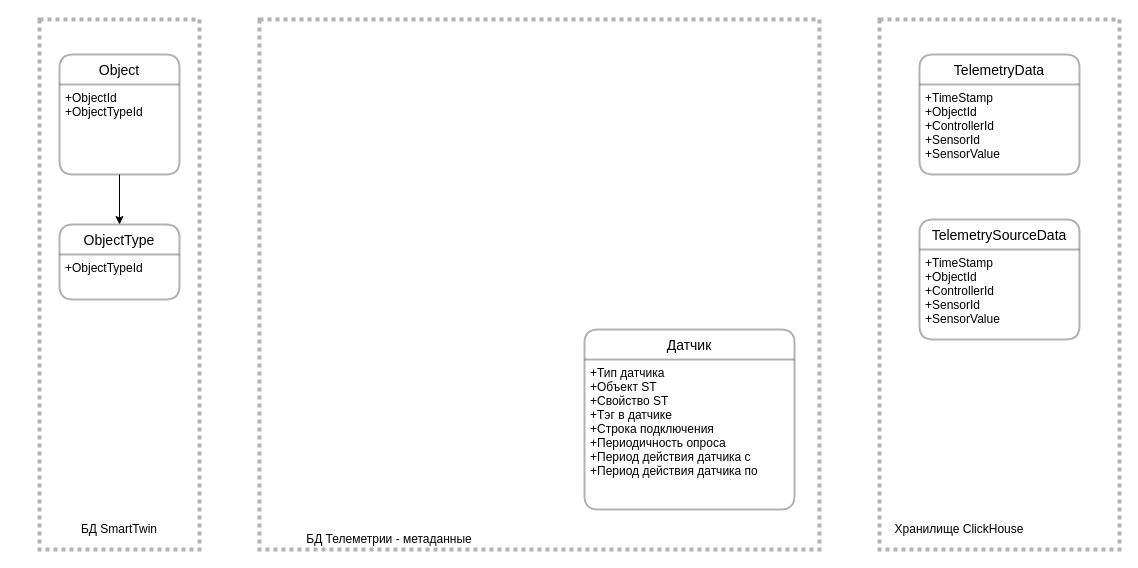
Earlier version of the draw.io diagram page "ДанныеV2" (3 of 8) of ST.Telemetry.drawio (aaf1974/ProjectDiagram). Source tidied: cells renumbered, new cells numbered last; positions are measured from the earlier drawing's top-left corner, leaving out a move shared by most shapes. Both pictures are drawn from the tidied source at 100%, with x=0, y=0 at pixel (39, 19).
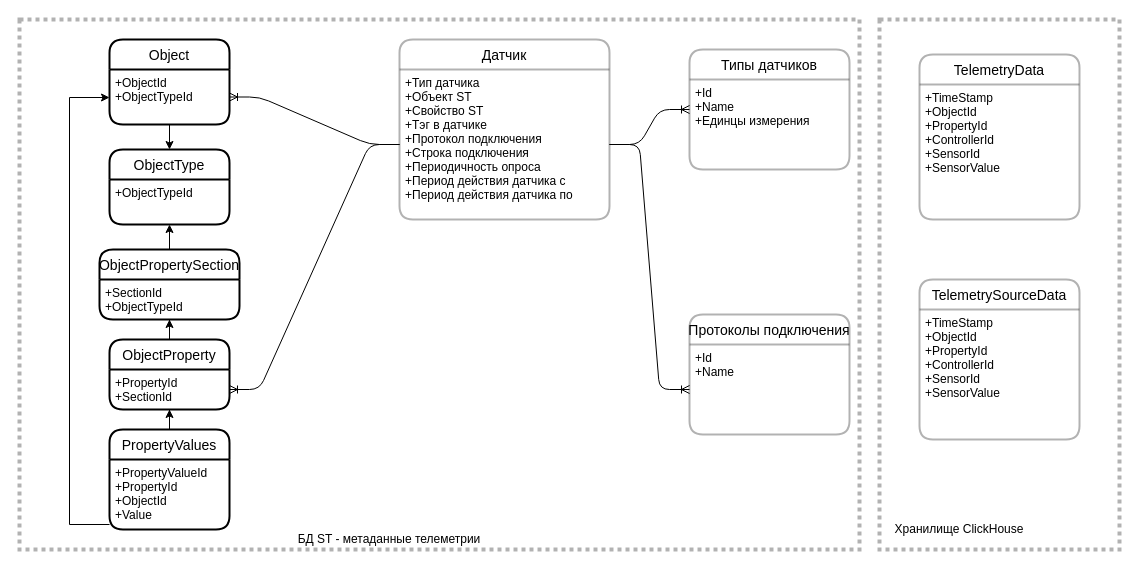
After the change.

Change to the diagram source:
```diff
@@
-    <mxCell id="2" style="rounded=0;whiteSpace=wrap;html=1;dashed=1;dashPattern=1 1;fontSize=12;strokeWidth=4;gradientColor=none;opacity=30;" parent="1" vertex="1">
-      <mxGeometry width="160" height="530" as="geometry" />
-    </mxCell>
@@
     <mxCell id="4" value="TelemetryData" style="swimlane;horizontal=1;startSize=30;rounded=1;fontSize=14;fontStyle=0;strokeWidth=2;shadow=0;dashed=0;align=center;dashPattern=1 1;gradientColor=none;opacity=30;" parent="1" vertex="1">
-      <mxGeometry x="880" y="35" width="160" height="120" as="geometry" />
+      <mxGeometry x="880" y="35" width="160" height="165" as="geometry" />
     </mxCell>
-    <mxCell id="5" value="+TimeStamp&#10;+ObjectId&#10;+ControllerId&#10;+SensorId&#10;+SensorValue" style="align=left;strokeColor=none;fillColor=none;spacingLeft=4;fontSize=12;verticalAlign=top;" parent="4" vertex="1">
-      <mxGeometry y="30" width="160" height="90" as="geometry" />
+    <mxCell id="5" value="+TimeStamp&#10;+ObjectId&#10;+PropertyId&#10;+ControllerId&#10;+SensorId&#10;+SensorValue" style="align=left;strokeColor=none;fillColor=none;spacingLeft=4;fontSize=12;verticalAlign=top;" parent="4" vertex="1">
+      <mxGeometry y="30" width="160" height="135" as="geometry" />
     </mxCell>
-    <mxCell id="6" style="edgeStyle=orthogonalEdgeStyle;rounded=0;jettySize=auto;html=1;strokeWidth=1;" parent="1" edge="1" source="7" target="9">
-      <mxGeometry relative="1" as="geometry" />
-    </mxCell>
-    <mxCell id="7" value="Object" style="swimlane;horizontal=1;startSize=30;rounded=1;fontSize=14;fontStyle=0;strokeWidth=2;shadow=0;dashed=0;align=center;dashPattern=1 1;gradientColor=none;opacity=30;" parent="1" vertex="1">
-      <mxGeometry x="20" y="35" width="120" height="120" as="geometry" />
-    </mxCell>
-    <mxCell id="8" value="+ObjectId&#10;+ObjectTypeId&#10;" style="align=left;strokeColor=none;fillColor=none;spacingLeft=4;fontSize=12;verticalAlign=top;" parent="7" vertex="1">
-      <mxGeometry y="30" width="120" height="90" as="geometry" />
-    </mxCell>
-    <mxCell id="9" value="ObjectType" style="swimlane;horizontal=1;startSize=30;rounded=1;fontSize=14;fontStyle=0;strokeWidth=2;shadow=0;dashed=0;align=center;dashPattern=1 1;gradientColor=none;opacity=30;" parent="1" vertex="1">
-      <mxGeometry x="20" y="205" width="120" height="75" as="geometry" />
-    </mxCell>
-    <mxCell id="10" value="+ObjectTypeId&#10;" style="align=left;strokeColor=none;fillColor=none;spacingLeft=4;fontSize=12;verticalAlign=top;" parent="9" vertex="1">
-      <mxGeometry y="30" width="120" height="45" as="geometry" />
-    </mxCell>
     <mxCell id="11" style="rounded=0;whiteSpace=wrap;html=1;dashed=1;dashPattern=1 1;fontSize=12;strokeWidth=4;gradientColor=none;opacity=30;" parent="1" vertex="1">
-      <mxGeometry x="220" width="560" height="530" as="geometry" />
+      <mxGeometry x="-20" width="840" height="530" as="geometry" />
     </mxCell>
-    <mxCell id="12" value="БД SmartTwin" style="text;html=1;strokeColor=none;fillColor=none;align=center;verticalAlign=middle;whiteSpace=wrap;rounded=0;dashed=1;dashPattern=1 1;fontSize=12;opacity=30;" parent="1" vertex="1">
-      <mxGeometry y="500" width="160" height="20" as="geometry" />
-    </mxCell>
-    <mxCell id="13" value="БД Телеметрии - метаданные" style="text;html=1;strokeColor=none;fillColor=none;align=center;verticalAlign=middle;whiteSpace=wrap;rounded=0;dashed=1;dashPattern=1 1;fontSize=12;opacity=30;" parent="1" vertex="1">
+    <mxCell id="13" value="БД ST - метаданные телеметрии" style="text;html=1;strokeColor=none;fillColor=none;align=center;verticalAlign=middle;whiteSpace=wrap;rounded=0;dashed=1;dashPattern=1 1;fontSize=12;opacity=30;" parent="1" vertex="1">
       <mxGeometry x="240" y="510" width="220" height="20" as="geometry" />
     </mxCell>
@@
     <mxCell id="15" value="TelemetrySourceData" style="swimlane;horizontal=1;startSize=30;rounded=1;fontSize=14;fontStyle=0;strokeWidth=2;shadow=0;dashed=0;align=center;dashPattern=1 1;gradientColor=none;opacity=30;" parent="1" vertex="1">
-      <mxGeometry x="880" y="200" width="160" height="120" as="geometry" />
+      <mxGeometry x="880" y="260" width="160" height="160" as="geometry" />
     </mxCell>
-    <mxCell id="16" value="+TimeStamp&#10;+ObjectId&#10;+ControllerId&#10;+SensorId&#10;+SensorValue" style="align=left;strokeColor=none;fillColor=none;spacingLeft=4;fontSize=12;verticalAlign=top;" parent="15" vertex="1">
-      <mxGeometry y="30" width="160" height="90" as="geometry" />
+    <mxCell id="16" value="+TimeStamp&#10;+ObjectId&#10;+PropertyId&#10;+ControllerId&#10;+SensorId&#10;+SensorValue" style="align=left;strokeColor=none;fillColor=none;spacingLeft=4;fontSize=12;verticalAlign=top;" parent="15" vertex="1">
+      <mxGeometry y="30" width="160" height="130" as="geometry" />
     </mxCell>
     <mxCell id="17" value="Датчик" style="swimlane;horizontal=1;startSize=30;rounded=1;fontSize=14;fontStyle=0;strokeWidth=2;shadow=0;dashed=0;align=center;sketch=0;opacity=30;" parent="1" vertex="1">
-      <mxGeometry x="545" y="310" width="210" height="180" as="geometry" />
+      <mxGeometry x="360" y="20" width="210" height="180" as="geometry" />
     </mxCell>
-    <mxCell id="18" value="+Тип датчика&#10;+Объект ST&#10;+Свойство ST&#10;+Тэг в датчике&#10;+Строка подключения&#10;+Периодичность опроса&#10;+Период действия датчика с&#10;+Период действия датчика по" style="align=left;strokeColor=none;fillColor=none;spacingLeft=4;fontSize=12;verticalAlign=top;" parent="17" vertex="1">
+    <mxCell id="18" value="+Тип датчика&#10;+Объект ST&#10;+Свойство ST&#10;+Тэг в датчике&#10;+Протокол подключения&#10;+Строка подключения&#10;+Периодичность опроса&#10;+Период действия датчика с&#10;+Период действия датчика по" style="align=left;strokeColor=none;fillColor=none;spacingLeft=4;fontSize=12;verticalAlign=top;" parent="17" vertex="1">
       <mxGeometry y="30" width="210" height="150" as="geometry" />
     </mxCell>
+    <mxCell id="19" value="Типы датчиков" style="swimlane;horizontal=1;startSize=30;rounded=1;fontSize=14;fontStyle=0;strokeWidth=2;shadow=0;dashed=0;align=center;sketch=0;opacity=30;" parent="1" vertex="1">
+      <mxGeometry x="650" y="30" width="160" height="120" as="geometry" />
+    </mxCell>
+    <mxCell id="20" value="+Id&#10;+Name&#10;+Единцы измерения&#10;" style="align=left;strokeColor=none;fillColor=none;spacingLeft=4;fontSize=12;verticalAlign=top;" parent="19" vertex="1">
+      <mxGeometry y="30" width="160" height="90" as="geometry" />
+    </mxCell>
+    <mxCell id="21" style="edgeStyle=entityRelationEdgeStyle;fontSize=12;html=1;endArrow=ERoneToMany;strokeWidth=1;" parent="1" edge="1" source="18" target="19">
+      <mxGeometry relative="1" as="geometry" />
+    </mxCell>
+    <mxCell id="22" value="Протоколы подключения" style="swimlane;horizontal=1;startSize=30;rounded=1;fontSize=14;fontStyle=0;strokeWidth=2;shadow=0;dashed=0;align=center;sketch=0;opacity=30;" parent="1" vertex="1">
+      <mxGeometry x="650" y="295" width="160" height="120" as="geometry" />
+    </mxCell>
+    <mxCell id="23" value="+Id&#10;+Name&#10;" style="align=left;strokeColor=none;fillColor=none;spacingLeft=4;fontSize=12;verticalAlign=top;" parent="22" vertex="1">
+      <mxGeometry y="30" width="160" height="90" as="geometry" />
+    </mxCell>
+    <mxCell id="24" style="edgeStyle=entityRelationEdgeStyle;fontSize=12;html=1;endArrow=ERoneToMany;strokeWidth=1;" parent="1" edge="1" source="18" target="23">
+      <mxGeometry relative="1" as="geometry" />
+    </mxCell>
+    <mxCell id="7" value="Object" style="swimlane;horizontal=1;startSize=30;rounded=1;fontSize=14;fontStyle=0;strokeWidth=2;shadow=0;dashed=0;align=center;gradientColor=none;" parent="1" vertex="1">
+      <mxGeometry x="70" y="20" width="120" height="85" as="geometry" />
+    </mxCell>
+    <mxCell id="8" value="+ObjectId&#10;+ObjectTypeId&#10;" style="align=left;strokeColor=none;fillColor=none;spacingLeft=4;fontSize=12;verticalAlign=top;" parent="7" vertex="1">
+      <mxGeometry y="30" width="120" height="55" as="geometry" />
+    </mxCell>
+    <mxCell id="9" value="ObjectType" style="swimlane;horizontal=1;startSize=30;rounded=1;fontSize=14;fontStyle=0;strokeWidth=2;shadow=0;dashed=0;align=center;gradientColor=none;" parent="1" vertex="1">
+      <mxGeometry x="70" y="130" width="120" height="75" as="geometry" />
+    </mxCell>
+    <mxCell id="10" value="+ObjectTypeId&#10;" style="align=left;strokeColor=none;fillColor=none;spacingLeft=4;fontSize=12;verticalAlign=top;" parent="9" vertex="1">
+      <mxGeometry y="30" width="120" height="45" as="geometry" />
+    </mxCell>
+    <mxCell id="25" style="edgeStyle=orthogonalEdgeStyle;rounded=0;jettySize=auto;html=1;entryX=0.5;entryY=1;entryDx=0;entryDy=0;" parent="1" edge="1" source="26" target="10">
+      <mxGeometry relative="1" as="geometry" />
+    </mxCell>
+    <mxCell id="26" value="ObjectPropertySection" style="swimlane;horizontal=1;startSize=30;rounded=1;fontSize=14;fontStyle=0;strokeWidth=2;shadow=0;dashed=0;align=center;" parent="1" vertex="1">
+      <mxGeometry x="60" y="230" width="140" height="70" as="geometry" />
+    </mxCell>
+    <mxCell id="27" value="+SectionId&#10;+ObjectTypeId&#10;" style="align=left;strokeColor=none;fillColor=none;spacingLeft=4;fontSize=12;verticalAlign=top;" parent="26" vertex="1">
+      <mxGeometry y="30" width="140" height="40" as="geometry" />
+    </mxCell>
+    <mxCell id="28" style="edgeStyle=orthogonalEdgeStyle;rounded=0;jettySize=auto;html=1;" parent="1" edge="1" source="29" target="27">
+      <mxGeometry relative="1" as="geometry" />
+    </mxCell>
+    <mxCell id="29" value="ObjectProperty" style="swimlane;horizontal=1;startSize=30;rounded=1;fontSize=14;fontStyle=0;strokeWidth=2;shadow=0;dashed=0;align=center;" parent="1" vertex="1">
+      <mxGeometry x="70" y="320" width="120" height="70" as="geometry" />
+    </mxCell>
+    <mxCell id="30" value="+PropertyId&#10;+SectionId&#10;" style="align=left;strokeColor=none;fillColor=none;spacingLeft=4;fontSize=12;verticalAlign=top;" parent="29" vertex="1">
+      <mxGeometry y="30" width="120" height="40" as="geometry" />
+    </mxCell>
+    <mxCell id="31" style="edgeStyle=orthogonalEdgeStyle;rounded=0;jettySize=auto;html=1;" parent="1" edge="1" source="32" target="30">
+      <mxGeometry relative="1" as="geometry" />
+    </mxCell>
+    <mxCell id="32" value="PropertyValues" style="swimlane;horizontal=1;startSize=30;rounded=1;fontSize=14;fontStyle=0;strokeWidth=2;shadow=0;dashed=0;align=center;" parent="1" vertex="1">
+      <mxGeometry x="70" y="410" width="120" height="100" as="geometry" />
+    </mxCell>
+    <mxCell id="33" value="+PropertyValueId&#10;+PropertyId&#10;+ObjectId&#10;+Value&#10;" style="align=left;strokeColor=none;fillColor=none;spacingLeft=4;fontSize=12;verticalAlign=top;" parent="32" vertex="1">
+      <mxGeometry y="30" width="120" height="70" as="geometry" />
+    </mxCell>
+    <mxCell id="34" style="edgeStyle=orthogonalEdgeStyle;rounded=0;jettySize=auto;html=1;" parent="1" edge="1" source="33" target="8">
+      <mxGeometry relative="1" as="geometry">
+        <Array as="points">
+          <mxPoint x="30" y="505" />
+          <mxPoint x="30" y="78" />
+        </Array>
+      </mxGeometry>
+    </mxCell>
+    <mxCell id="35" style="edgeStyle=orthogonalEdgeStyle;rounded=0;jettySize=auto;html=1;strokeWidth=1;" parent="1" edge="1" source="8" target="9">
+      <mxGeometry relative="1" as="geometry" />
+    </mxCell>
+    <mxCell id="36" style="edgeStyle=entityRelationEdgeStyle;fontSize=12;html=1;endArrow=ERoneToMany;strokeWidth=1;" parent="1" edge="1" source="18" target="30">
+      <mxGeometry relative="1" as="geometry" />
+    </mxCell>
+    <mxCell id="37" style="edgeStyle=entityRelationEdgeStyle;fontSize=12;html=1;endArrow=ERoneToMany;strokeWidth=1;" parent="1" edge="1" source="18" target="8">
+      <mxGeometry relative="1" as="geometry" />
+    </mxCell>
```
